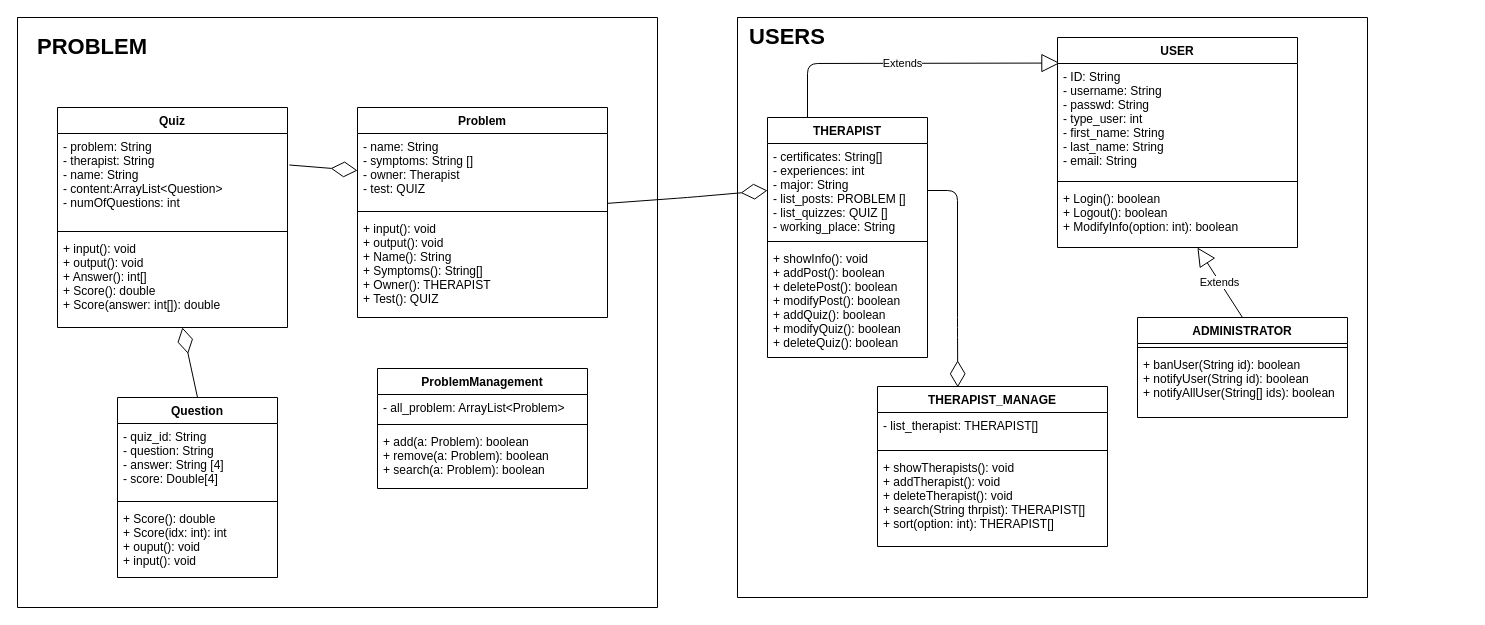
Earlier version of the draw.io diagram BonEsprit.drawio (ddlinh/bonEsprit). Source tidied: cells renumbered, new cells numbered last; positions are measured from the earlier drawing's top-left corner, leaving out a move shared by most shapes. Both pictures are drawn from the tidied source at 100%, with x=0, y=0 at pixel (17, 17).
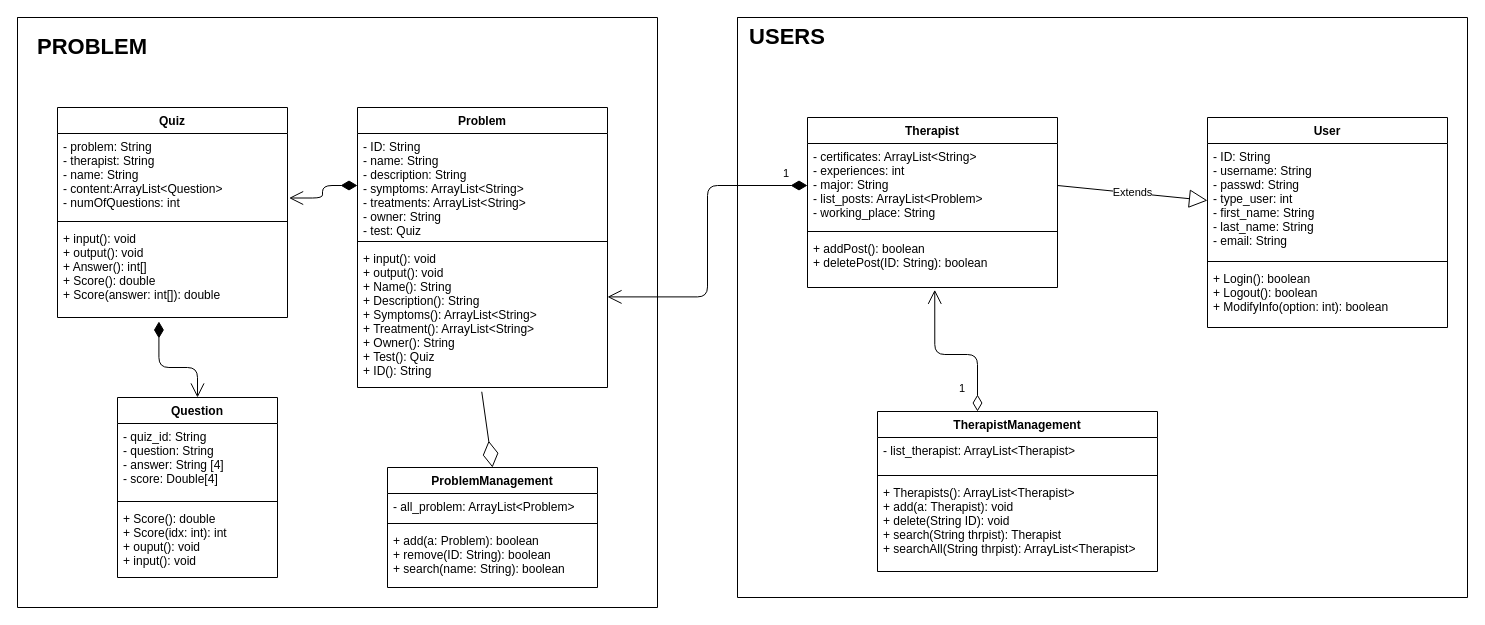
After the change.

The change refers to these unchanged cells:
```xml
<mxCell id="5" value="- ID: String&#10;- username: String&#10;- passwd: String&#10;- type_user: int&#10;- first_name: String&#10;- last_name: String&#10;- email: String" style="text;align=left;verticalAlign=top;spacingLeft=4;spacingRight=4;overflow=hidden;points=[[0,0.5],[1,0.5]];portConstraint=eastwest;" parent="4" vertex="1">
  <mxGeometry y="26" width="240" height="114" as="geometry" />
</mxCell>
<mxCell id="7" value="+ Login(): boolean&#10;+ Logout(): boolean&#10;+ ModifyInfo(option: int): boolean" style="text;strokeColor=none;fillColor=none;align=left;verticalAlign=top;spacingLeft=4;spacingRight=4;overflow=hidden;points=[[0,0.5],[1,0.5]];portConstraint=eastwest;" parent="4" vertex="1">
  <mxGeometry y="148" width="240" height="62" as="geometry" />
</mxCell>
<mxCell id="30" value="Question" style="swimlane;fontStyle=1;align=center;verticalAlign=top;horizontal=1;startSize=26;" parent="1" vertex="1">
  <mxGeometry x="100" y="380" width="160" height="180" as="geometry" />
</mxCell>
```

Change to the diagram source:
```diff
@@
     <mxCell id="2" style="shape=folder;fontStyle=1;spacingTop=10;tabWidth=60;tabHeight=0;tabPosition=left;html=1;" parent="1" vertex="1">
-      <mxGeometry x="720" width="630" height="580" as="geometry" />
+      <mxGeometry x="720" width="730" height="580" as="geometry" />
     </mxCell>
-    <mxCell id="3" value="Extends" style="endArrow=block;endSize=16;endFill=0;html=1;entryX=0.01;entryY=-0.004;entryDx=0;entryDy=0;exitX=0.25;exitY=0;exitDx=0;exitDy=0;entryPerimeter=0;" parent="1" edge="1" source="9" target="5">
-      <mxGeometry x="-0.03" relative="1" as="geometry">
-        <Array as="points">
-          <mxPoint x="790" y="46" />
-        </Array>
-      </mxGeometry>
-    </mxCell>
-    <mxCell id="4" value="USER" style="swimlane;fontStyle=1;align=center;verticalAlign=top;horizontal=1;startSize=26;" parent="1" vertex="1">
-      <mxGeometry x="1040" y="20" width="240" height="210" as="geometry" />
+    <mxCell id="4" value="User" style="swimlane;fontStyle=1;align=center;verticalAlign=top;horizontal=1;startSize=26;" parent="1" vertex="1">
+      <mxGeometry x="1190" y="100" width="240" height="210" as="geometry" />
     </mxCell>
@@
-    <mxCell id="8" style="endArrow=diamondThin;endFill=0;endSize=24;html=1;exitX=1;exitY=0.5;exitDx=0;exitDy=0;entryX=0.349;entryY=0.005;entryDx=0;entryDy=0;entryPerimeter=0;" parent="1" edge="1" source="10" target="13">
-      <mxGeometry relative="1" as="geometry">
-        <Array as="points">
-          <mxPoint x="940" y="173" />
-          <mxPoint x="940" y="310" />
-        </Array>
-      </mxGeometry>
-    </mxCell>
-    <mxCell id="9" value="THERAPIST" style="swimlane;fontStyle=1;align=center;verticalAlign=top;horizontal=1;startSize=26;" parent="1" vertex="1">
-      <mxGeometry x="750" y="100" width="160" height="240" as="geometry" />
+    <mxCell id="9" value="Therapist" style="swimlane;fontStyle=1;align=center;verticalAlign=top;horizontal=1;startSize=26;" parent="1" vertex="1">
+      <mxGeometry x="790" y="100" width="250" height="170" as="geometry" />
     </mxCell>
-    <mxCell id="10" value="- certificates: String[]&#10;- experiences: int&#10;- major: String&#10;- list_posts: PROBLEM []&#10;- list_quizzes: QUIZ []&#10;- working_place: String" style="text;strokeColor=none;fillColor=none;align=left;verticalAlign=top;spacingLeft=4;spacingRight=4;overflow=hidden;points=[[0,0.5],[1,0.5]];portConstraint=eastwest;" parent="9" vertex="1">
-      <mxGeometry y="26" width="160" height="94" as="geometry" />
+    <mxCell id="10" value="- certificates: ArrayList&lt;String&gt;&#10;- experiences: int&#10;- major: String&#10;- list_posts: ArrayList&lt;Problem&gt;&#10;- working_place: String" style="text;strokeColor=none;fillColor=none;align=left;verticalAlign=top;spacingLeft=4;spacingRight=4;overflow=hidden;points=[[0,0.5],[1,0.5]];portConstraint=eastwest;" parent="9" vertex="1">
+      <mxGeometry y="26" width="250" height="84" as="geometry" />
     </mxCell>
     <mxCell id="11" style="line;strokeWidth=1;fillColor=none;align=left;verticalAlign=middle;spacingTop=-1;spacingLeft=3;spacingRight=3;labelPosition=right;" parent="9" vertex="1">
-      <mxGeometry y="120" width="160" height="8" as="geometry" />
+      <mxGeometry y="110" width="250" height="8" as="geometry" />
     </mxCell>
-    <mxCell id="12" value="+ showInfo(): void&#10;+ addPost(): boolean&#10;+ deletePost(): boolean&#10;+ modifyPost(): boolean&#10;+ addQuiz(): boolean&#10;+ modifyQuiz(): boolean&#10;+ deleteQuiz(): boolean" style="text;strokeColor=none;fillColor=none;align=left;verticalAlign=top;spacingLeft=4;spacingRight=4;overflow=hidden;points=[[0,0.5],[1,0.5]];portConstraint=eastwest;" parent="9" vertex="1">
-      <mxGeometry y="128" width="160" height="112" as="geometry" />
+    <mxCell id="12" value="+ addPost(): boolean&#10;+ deletePost(ID: String): boolean" style="text;strokeColor=none;fillColor=none;align=left;verticalAlign=top;spacingLeft=4;spacingRight=4;overflow=hidden;points=[[0,0.5],[1,0.5]];portConstraint=eastwest;" parent="9" vertex="1">
+      <mxGeometry y="118" width="250" height="52" as="geometry" />
     </mxCell>
-    <mxCell id="13" value="THERAPIST_MANAGE" style="swimlane;fontStyle=1;align=center;verticalAlign=top;horizontal=1;startSize=26;" parent="1" vertex="1">
-      <mxGeometry x="860" y="369" width="230" height="160" as="geometry" />
+    <mxCell id="13" value="TherapistManagement" style="swimlane;fontStyle=1;align=center;verticalAlign=top;horizontal=1;startSize=26;" parent="1" vertex="1">
+      <mxGeometry x="860" y="394" width="280" height="160" as="geometry" />
     </mxCell>
-    <mxCell id="14" value="- list_therapist: THERAPIST[]" style="text;strokeColor=none;fillColor=none;align=left;verticalAlign=top;spacingLeft=4;spacingRight=4;overflow=hidden;" parent="13" vertex="1">
-      <mxGeometry y="26" width="230" height="34" as="geometry" />
+    <mxCell id="14" value="- list_therapist: ArrayList&lt;Therapist&gt;" style="text;strokeColor=none;fillColor=none;align=left;verticalAlign=top;spacingLeft=4;spacingRight=4;overflow=hidden;" parent="13" vertex="1">
+      <mxGeometry y="26" width="280" height="34" as="geometry" />
     </mxCell>
     <mxCell id="15" style="line;strokeWidth=1;fillColor=none;align=left;verticalAlign=middle;spacingTop=-1;spacingLeft=3;spacingRight=3;labelPosition=right;" parent="13" vertex="1">
-      <mxGeometry y="60" width="230" height="8" as="geometry" />
+      <mxGeometry y="60" width="280" height="8" as="geometry" />
     </mxCell>
-    <mxCell id="16" value="+ showTherapists(): void&#10;+ addTherapist(): void&#10;+ deleteTherapist(): void&#10;+ search(String thrpist): THERAPIST[]&#10;+ sort(option: int): THERAPIST[]" style="text;strokeColor=none;fillColor=none;align=left;verticalAlign=top;spacingLeft=4;spacingRight=4;overflow=hidden;" parent="13" vertex="1">
-      <mxGeometry y="68" width="230" height="92" as="geometry" />
+    <mxCell id="16" value="+ Therapists(): ArrayList&lt;Therapist&gt;&#10;+ add(a: Therapist): void&#10;+ delete(String ID): void&#10;+ search(String thrpist): Therapist&#10;+ searchAll(String thrpist): ArrayList&lt;Therapist&gt;" style="text;strokeColor=none;fillColor=none;align=left;verticalAlign=top;spacingLeft=4;spacingRight=4;overflow=hidden;" parent="13" vertex="1">
+      <mxGeometry y="68" width="280" height="92" as="geometry" />
     </mxCell>
-    <mxCell id="17" value="ADMINISTRATOR" style="swimlane;fontStyle=1;align=center;verticalAlign=top;horizontal=1;startSize=26;" parent="1" vertex="1">
-      <mxGeometry x="1120" y="300" width="210" height="100" as="geometry" />
-    </mxCell>
-    <mxCell id="18" style="line;strokeWidth=1;fillColor=none;align=left;verticalAlign=middle;spacingTop=-1;spacingLeft=3;spacingRight=3;labelPosition=right;" parent="17" vertex="1">
-      <mxGeometry y="26" width="210" height="8" as="geometry" />
-    </mxCell>
-    <mxCell id="19" value="+ banUser(String id): boolean&#10;+ notifyUser(String id): boolean&#10;+ notifyAllUser(String[] ids): boolean" style="text;strokeColor=none;fillColor=none;align=left;verticalAlign=top;spacingLeft=4;spacingRight=4;overflow=hidden;" parent="17" vertex="1">
-      <mxGeometry y="34" width="210" height="66" as="geometry" />
-    </mxCell>
-    <mxCell id="20" value="Extends" style="endArrow=block;endSize=16;endFill=0;html=1;exitX=0.5;exitY=0;exitDx=0;exitDy=0;" parent="1" edge="1" source="17" target="7">
-      <mxGeometry relative="1" as="geometry" />
-    </mxCell>
@@
     <mxCell id="22" value="Problem" style="swimlane;fontStyle=1;align=center;verticalAlign=top;horizontal=1;startSize=26;" parent="1" vertex="1">
-      <mxGeometry x="340" y="90" width="250" height="210" as="geometry" />
+      <mxGeometry x="340" y="90" width="250" height="280" as="geometry" />
     </mxCell>
-    <mxCell id="23" value="- name: String&#10;- symptoms: String []&#10;- owner: Therapist&#10;- test: QUIZ" style="text;strokeColor=none;fillColor=none;align=left;verticalAlign=top;spacingLeft=4;spacingRight=4;overflow=hidden;points=[[0,0.5],[1,0.5]];portConstraint=eastwest;" parent="22" vertex="1">
-      <mxGeometry y="26" width="250" height="74" as="geometry" />
+    <mxCell id="23" value="- ID: String&#10;- name: String&#10;- description: String&#10;- symptoms: ArrayList&lt;String&gt;&#10;- treatments: ArrayList&lt;String&gt;&#10;- owner: String&#10;- test: Quiz" style="text;strokeColor=none;fillColor=none;align=left;verticalAlign=top;spacingLeft=4;spacingRight=4;overflow=hidden;points=[[0,0.5],[1,0.5]];portConstraint=eastwest;" parent="22" vertex="1">
+      <mxGeometry y="26" width="250" height="104" as="geometry" />
     </mxCell>
     <mxCell id="24" style="line;strokeWidth=1;fillColor=none;align=left;verticalAlign=middle;spacingTop=-1;spacingLeft=3;spacingRight=3;labelPosition=right;" parent="22" vertex="1">
-      <mxGeometry y="100" width="250" height="8" as="geometry" />
+      <mxGeometry y="130" width="250" height="8" as="geometry" />
     </mxCell>
-    <mxCell id="25" value="+ input(): void&#10;+ output(): void&#10;+ Name(): String&#10;+ Symptoms(): String[]&#10;+ Owner(): THERAPIST&#10;+ Test(): QUIZ&#10;" style="text;strokeColor=none;fillColor=none;align=left;verticalAlign=top;spacingLeft=4;spacingRight=4;overflow=hidden;points=[[0,0.5],[1,0.5]];portConstraint=eastwest;" parent="22" vertex="1">
-      <mxGeometry y="108" width="250" height="102" as="geometry" />
+    <mxCell id="25" value="+ input(): void&#10;+ output(): void&#10;+ Name(): String&#10;+ Description(): String&#10;+ Symptoms(): ArrayList&lt;String&gt;&#10;+ Treatment(): ArrayList&lt;String&gt;&#10;+ Owner(): String&#10;+ Test(): Quiz&#10;+ ID(): String" style="text;strokeColor=none;fillColor=none;align=left;verticalAlign=top;spacingLeft=4;spacingRight=4;overflow=hidden;points=[[0,0.5],[1,0.5]];portConstraint=eastwest;" parent="22" vertex="1">
+      <mxGeometry y="138" width="250" height="142" as="geometry" />
     </mxCell>
     <mxCell id="26" value="Quiz" style="swimlane;fontStyle=1;align=center;verticalAlign=top;horizontal=1;startSize=26;" parent="1" vertex="1">
-      <mxGeometry x="40" y="90" width="230" height="220" as="geometry" />
+      <mxGeometry x="40" y="90" width="230" height="210" as="geometry" />
     </mxCell>
     <mxCell id="27" value="- problem: String&#10;- therapist: String&#10;- name: String&#10;- content:ArrayList&lt;Question&gt;&#10;- numOfQuestions: int" style="text;strokeColor=none;fillColor=none;align=left;verticalAlign=top;spacingLeft=4;spacingRight=4;overflow=hidden;points=[[0,0.5],[1,0.5]];portConstraint=eastwest;" parent="26" vertex="1">
-      <mxGeometry y="26" width="230" height="94" as="geometry" />
+      <mxGeometry y="26" width="230" height="84" as="geometry" />
     </mxCell>
     <mxCell id="28" style="line;strokeWidth=1;fillColor=none;align=left;verticalAlign=middle;spacingTop=-1;spacingLeft=3;spacingRight=3;labelPosition=right;" parent="26" vertex="1">
-      <mxGeometry y="120" width="230" height="8" as="geometry" />
+      <mxGeometry y="110" width="230" height="8" as="geometry" />
     </mxCell>
     <mxCell id="29" value="+ input(): void&#10;+ output(): void&#10;+ Answer(): int[]&#10;+ Score(): double&#10;+ Score(answer: int[]): double" style="text;strokeColor=none;fillColor=none;align=left;verticalAlign=top;spacingLeft=4;spacingRight=4;overflow=hidden;points=[[0,0.5],[1,0.5]];portConstraint=eastwest;" parent="26" vertex="1">
-      <mxGeometry y="128" width="230" height="92" as="geometry" />
+      <mxGeometry y="118" width="230" height="92" as="geometry" />
     </mxCell>
@@
-    <mxCell id="36" style="endArrow=diamondThin;endFill=0;endSize=24;html=1;fontSize=22;exitX=0.5;exitY=0;exitDx=0;exitDy=0;" parent="1" edge="1" source="30" target="29">
-      <mxGeometry relative="1" as="geometry" />
-    </mxCell>
-    <mxCell id="37" style="endArrow=diamondThin;endFill=0;endSize=24;html=1;exitX=1.008;exitY=0.335;exitDx=0;exitDy=0;entryX=0;entryY=0.5;entryDx=0;entryDy=0;exitPerimeter=0;" parent="1" edge="1" source="27" target="23">
-      <mxGeometry relative="1" as="geometry" />
-    </mxCell>
-    <mxCell id="38" style="endArrow=diamondThin;endFill=0;endSize=24;html=1;entryX=0;entryY=0.5;entryDx=0;entryDy=0;" parent="1" edge="1" source="22" target="10">
-      <mxGeometry relative="1" as="geometry">
-        <Array as="points">
-          <mxPoint x="670" y="180" />
-        </Array>
-      </mxGeometry>
-    </mxCell>
     <mxCell id="39" value="ProblemManagement" style="swimlane;fontStyle=1;align=center;verticalAlign=top;horizontal=1;startSize=26;" parent="1" vertex="1">
-      <mxGeometry x="360" y="351" width="210" height="120" as="geometry" />
+      <mxGeometry x="370" y="450" width="210" height="120" as="geometry" />
     </mxCell>
@@
-    <mxCell id="42" value="+ add(a: Problem): boolean&#10;+ remove(a: Problem): boolean&#10;+ search(a: Problem): boolean" style="text;strokeColor=none;fillColor=none;align=left;verticalAlign=top;spacingLeft=4;spacingRight=4;overflow=hidden;" parent="39" vertex="1">
+    <mxCell id="42" value="+ add(a: Problem): boolean&#10;+ remove(ID: String): boolean&#10;+ search(name: String): boolean" style="text;strokeColor=none;fillColor=none;align=left;verticalAlign=top;spacingLeft=4;spacingRight=4;overflow=hidden;" parent="39" vertex="1">
       <mxGeometry y="60" width="210" height="60" as="geometry" />
     </mxCell>
+    <mxCell id="43" style="endArrow=open;html=1;endSize=12;startArrow=diamondThin;startSize=14;startFill=1;edgeStyle=orthogonalEdgeStyle;align=left;verticalAlign=bottom;exitX=0;exitY=0.5;exitDx=0;exitDy=0;entryX=1.007;entryY=0.768;entryDx=0;entryDy=0;entryPerimeter=0;" parent="1" edge="1" source="23" target="27">
+      <mxGeometry x="-1" y="3" relative="1" as="geometry" />
+    </mxCell>
+    <mxCell id="44" style="endArrow=open;html=1;endSize=12;startArrow=diamondThin;startSize=14;startFill=1;edgeStyle=orthogonalEdgeStyle;align=left;verticalAlign=bottom;exitX=0.441;exitY=1.043;exitDx=0;exitDy=0;exitPerimeter=0;entryX=0.5;entryY=0;entryDx=0;entryDy=0;" parent="1" edge="1" source="29" target="30">
+      <mxGeometry x="-1" y="3" relative="1" as="geometry">
+        <Array as="points">
+          <mxPoint x="141" y="350" />
+          <mxPoint x="180" y="350" />
+        </Array>
+      </mxGeometry>
+    </mxCell>
+    <mxCell id="45" style="endArrow=diamondThin;endFill=0;endSize=24;html=1;entryX=0.5;entryY=0;entryDx=0;entryDy=0;exitX=0.497;exitY=1.03;exitDx=0;exitDy=0;exitPerimeter=0;" parent="1" edge="1" source="25" target="39">
+      <mxGeometry relative="1" as="geometry" />
+    </mxCell>
+    <mxCell id="46" value="1" style="endArrow=open;html=1;endSize=12;startArrow=diamondThin;startSize=14;startFill=1;edgeStyle=orthogonalEdgeStyle;align=left;verticalAlign=bottom;exitX=0;exitY=0.5;exitDx=0;exitDy=0;entryX=1;entryY=0.362;entryDx=0;entryDy=0;entryPerimeter=0;" parent="1" edge="1" source="10" target="25">
+      <mxGeometry x="-0.83" y="-3" relative="1" as="geometry" />
+    </mxCell>
+    <mxCell id="47" value="1" style="endArrow=open;html=1;endSize=12;startArrow=diamondThin;startSize=14;startFill=0;edgeStyle=orthogonalEdgeStyle;align=left;verticalAlign=bottom;entryX=0.509;entryY=1.044;entryDx=0;entryDy=0;entryPerimeter=0;" parent="1" edge="1" source="13" target="12">
+      <mxGeometry x="-0.83" y="20" relative="1" as="geometry">
+        <Array as="points">
+          <mxPoint x="960" y="337" />
+          <mxPoint x="917" y="337" />
+        </Array>
+      </mxGeometry>
+    </mxCell>
+    <mxCell id="48" value="Extends" style="endArrow=block;endSize=16;endFill=0;html=1;exitX=1;exitY=0.5;exitDx=0;exitDy=0;entryX=0;entryY=0.5;entryDx=0;entryDy=0;" parent="1" edge="1" source="10" target="5">
+      <mxGeometry relative="1" as="geometry" />
+    </mxCell>
```
